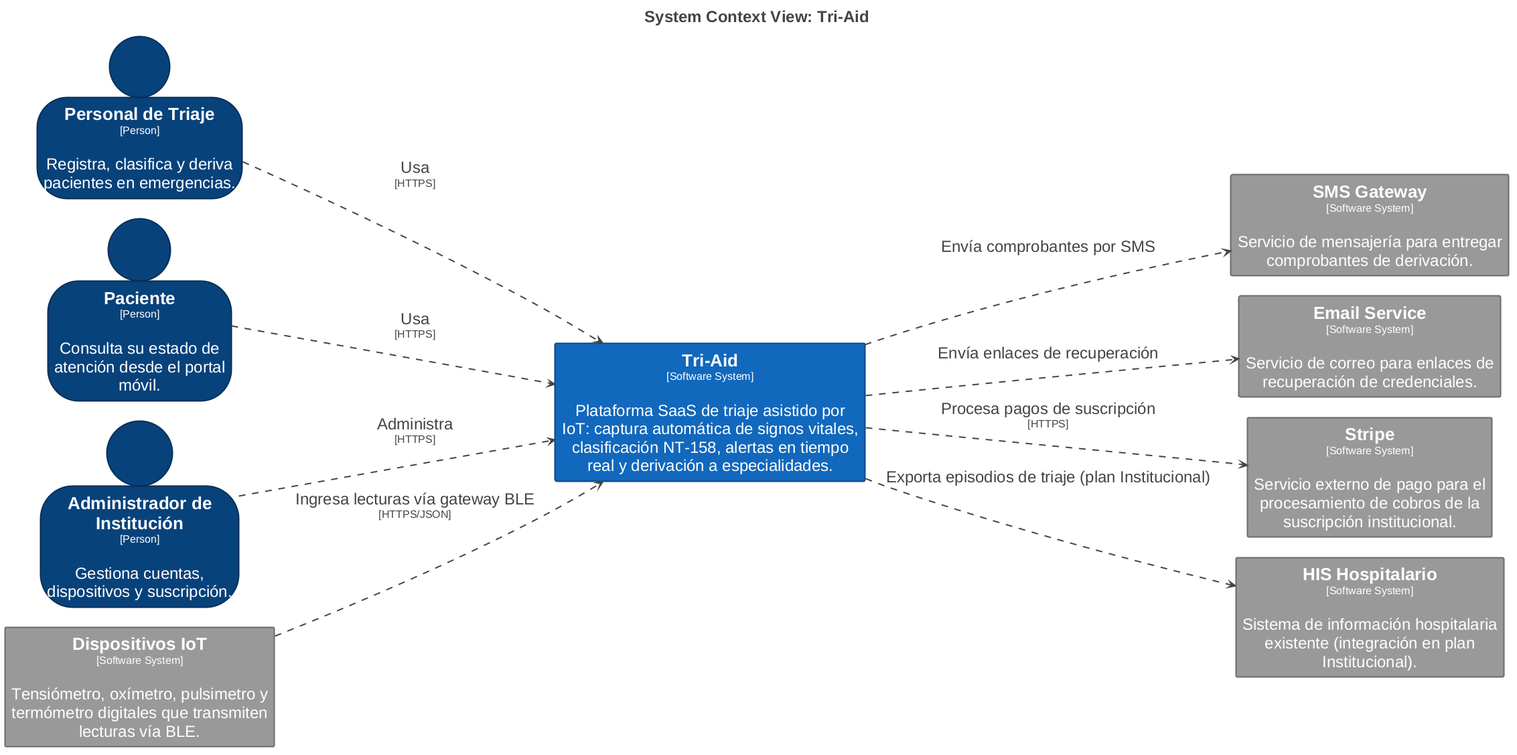
Earlier version of the PlantUML export report/assets/c4_diagrams/Diagrama_Contexto_TriAid.png (upc-pre-1ASI0730-2620-8155-SoliDevs/project-report). Source of this version:
```plantuml
@startuml
title <size:24>System Context View: Tri-Aid</size>

set separator none
left to right direction
skinparam ranksep 60
skinparam nodesep 30
hide stereotype

<style>
  root {
    BackgroundColor: #ffffff;
    FontColor: #444444;
  }
  // Element,Person
  .Element-RWxlbWVudCxQZXJzb24= {
    BackgroundColor: #08427b;
    LineColor: #052e56;
    LineStyle: 0;
    LineThickness: 2;
    FontColor: #ffffff;
    FontSize: 24;
    HorizontalAlignment: center;
    Shadowing: 0;
    MaximumWidth: 300;
  }
  // Element,Software System
  .Element-RWxlbWVudCxTb2Z0d2FyZSBTeXN0ZW0= {
    BackgroundColor: #1168bd;
    LineColor: #0b4884;
    LineStyle: 0;
    LineThickness: 2;
    FontColor: #ffffff;
    FontSize: 24;
    HorizontalAlignment: center;
    Shadowing: 0;
    MaximumWidth: 450;
  }
  // Element,Software System,External System
  .Element-RWxlbWVudCxTb2Z0d2FyZSBTeXN0ZW0sRXh0ZXJuYWwgU3lzdGVt {
    BackgroundColor: #999999;
    LineColor: #6b6b6b;
    LineStyle: 0;
    LineThickness: 2;
    FontColor: #ffffff;
    FontSize: 24;
    HorizontalAlignment: center;
    Shadowing: 0;
    MaximumWidth: 450;
  }
  // Relationship
  .Relationship-UmVsYXRpb25zaGlw {
    LineThickness: 2;
    LineStyle: 10-10;
    LineColor: #444444;
    FontColor: #444444;
    FontSize: 24;
  }
</style>

person "==Personal de Triaje\n<size:16>[Person]</size>\n\nRegistra, clasifica y deriva pacientes en emergencias." <<Element-RWxlbWVudCxQZXJzb24=>> as PersonaldeTriaje
person "==Paciente\n<size:16>[Person]</size>\n\nConsulta su estado de atención desde el portal móvil." <<Element-RWxlbWVudCxQZXJzb24=>> as Paciente
person "==Administrador de Institución\n<size:16>[Person]</size>\n\nGestiona cuentas, dispositivos y suscripción." <<Element-RWxlbWVudCxQZXJzb24=>> as AdministradordeInstitución
rectangle "==Dispositivos IoT\n<size:16>[Software System]</size>\n\nTensiómetro, oxímetro, pulsimetro y termómetro digitales que transmiten lecturas vía BLE." <<Element-RWxlbWVudCxTb2Z0d2FyZSBTeXN0ZW0sRXh0ZXJuYWwgU3lzdGVt>> as DispositivosIoT
rectangle "==SMS Gateway\n<size:16>[Software System]</size>\n\nServicio de mensajería para entregar comprobantes de derivación." <<Element-RWxlbWVudCxTb2Z0d2FyZSBTeXN0ZW0sRXh0ZXJuYWwgU3lzdGVt>> as SMSGateway
rectangle "==Email Service\n<size:16>[Software System]</size>\n\nServicio de correo para enlaces de recuperación de credenciales." <<Element-RWxlbWVudCxTb2Z0d2FyZSBTeXN0ZW0sRXh0ZXJuYWwgU3lzdGVt>> as EmailService
rectangle "==Stripe\n<size:16>[Software System]</size>\n\nServicio externo de pago para el procesamiento de cobros de la suscripción institucional." <<Element-RWxlbWVudCxTb2Z0d2FyZSBTeXN0ZW0sRXh0ZXJuYWwgU3lzdGVt>> as Stripe
rectangle "==HIS Hospitalario\n<size:16>[Software System]</size>\n\nSistema de información hospitalaria existente (integración en plan Institucional)." <<Element-RWxlbWVudCxTb2Z0d2FyZSBTeXN0ZW0sRXh0ZXJuYWwgU3lzdGVt>> as HISHospitalario
rectangle "==Tri-Aid\n<size:16>[Software System]</size>\n\nPlataforma SaaS de triaje asistido por IoT: captura automática de signos vitales, clasificación NT-158, alertas en tiempo real y derivación a especialidades." <<Element-RWxlbWVudCxTb2Z0d2FyZSBTeXN0ZW0=>> as TriAid

PersonaldeTriaje --> TriAid <<Relationship-UmVsYXRpb25zaGlw>> : "Usa\n<size:16>[HTTPS]</size>"
Paciente --> TriAid <<Relationship-UmVsYXRpb25zaGlw>> : "Usa\n<size:16>[HTTPS]</size>"
AdministradordeInstitución --> TriAid <<Relationship-UmVsYXRpb25zaGlw>> : "Administra\n<size:16>[HTTPS]</size>"
DispositivosIoT --> TriAid <<Relationship-UmVsYXRpb25zaGlw>> : "Ingresa lecturas vía gateway BLE\n<size:16>[HTTPS/JSON]</size>"
TriAid --> SMSGateway <<Relationship-UmVsYXRpb25zaGlw>> : "Envía comprobantes por SMS"
TriAid --> EmailService <<Relationship-UmVsYXRpb25zaGlw>> : "Envía enlaces de recuperación"
TriAid --> HISHospitalario <<Relationship-UmVsYXRpb25zaGlw>> : "Exporta episodios de triaje (plan Institucional)"
TriAid --> Stripe <<Relationship-UmVsYXRpb25zaGlw>> : "Procesa pagos de suscripción\n<size:16>[HTTPS]</size>"

@enduml
```
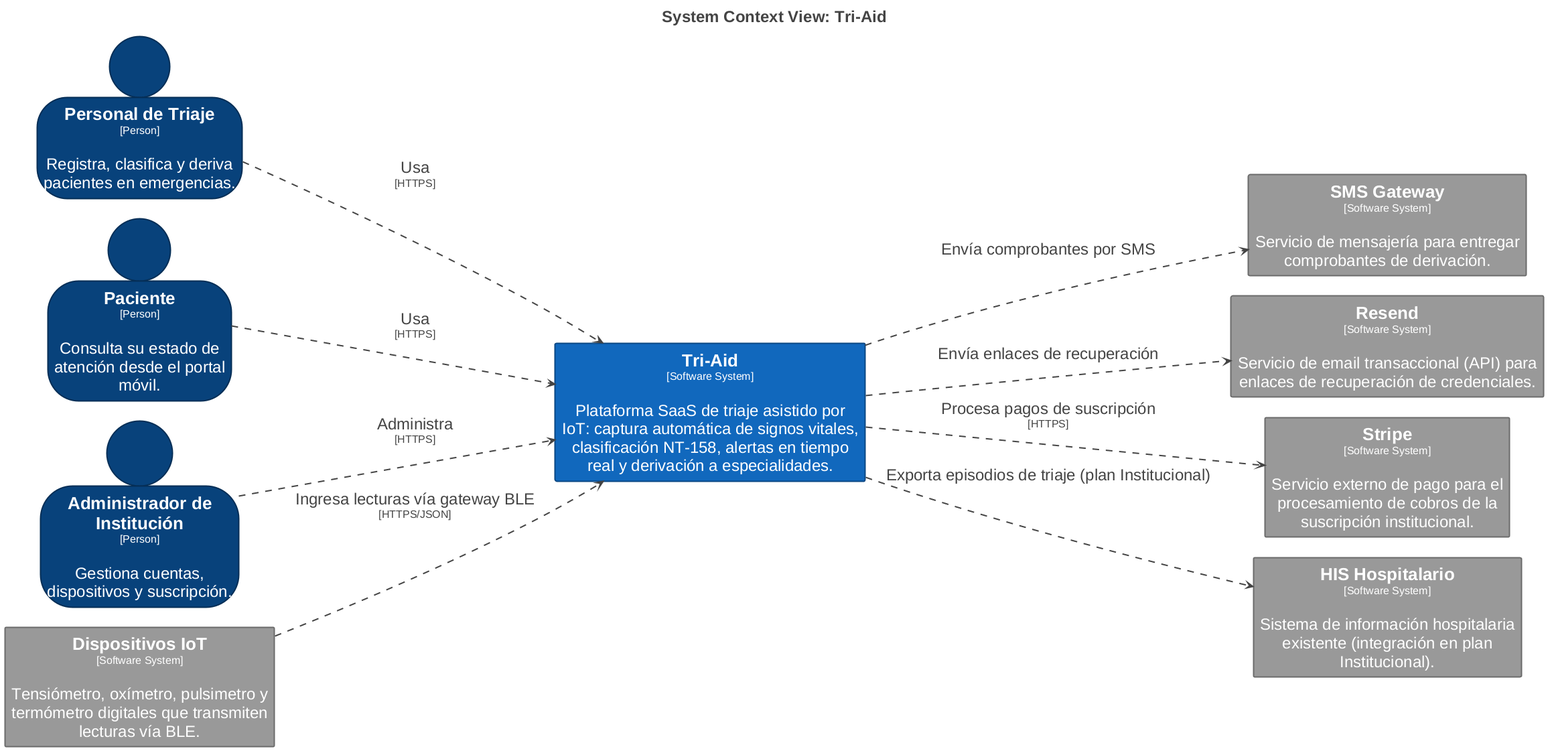
After the change.

Commit message:
feat(c4): replace generic Email Service with Resend as transactional email provider

The edit, as a diff of the source:
```diff
@@ -63,7 +63,7 @@
 person "==Administrador de Institución\n<size:16>[Person]</size>\n\nGestiona cuentas, dispositivos y suscripción." <<Element-RWxlbWVudCxQZXJzb24=>> as AdministradordeInstitución
 rectangle "==Dispositivos IoT\n<size:16>[Software System]</size>\n\nTensiómetro, oxímetro, pulsimetro y termómetro digitales que transmiten lecturas vía BLE." <<Element-RWxlbWVudCxTb2Z0d2FyZSBTeXN0ZW0sRXh0ZXJuYWwgU3lzdGVt>> as DispositivosIoT
 rectangle "==SMS Gateway\n<size:16>[Software System]</size>\n\nServicio de mensajería para entregar comprobantes de derivación." <<Element-RWxlbWVudCxTb2Z0d2FyZSBTeXN0ZW0sRXh0ZXJuYWwgU3lzdGVt>> as SMSGateway
-rectangle "==Email Service\n<size:16>[Software System]</size>\n\nServicio de correo para enlaces de recuperación de credenciales." <<Element-RWxlbWVudCxTb2Z0d2FyZSBTeXN0ZW0sRXh0ZXJuYWwgU3lzdGVt>> as EmailService
+rectangle "==Resend\n<size:16>[Software System]</size>\n\nServicio de email transaccional (API) para enlaces de recuperación de credenciales." <<Element-RWxlbWVudCxTb2Z0d2FyZSBTeXN0ZW0sRXh0ZXJuYWwgU3lzdGVt>> as Resend
 rectangle "==Stripe\n<size:16>[Software System]</size>\n\nServicio externo de pago para el procesamiento de cobros de la suscripción institucional." <<Element-RWxlbWVudCxTb2Z0d2FyZSBTeXN0ZW0sRXh0ZXJuYWwgU3lzdGVt>> as Stripe
 rectangle "==HIS Hospitalario\n<size:16>[Software System]</size>\n\nSistema de información hospitalaria existente (integración en plan Institucional)." <<Element-RWxlbWVudCxTb2Z0d2FyZSBTeXN0ZW0sRXh0ZXJuYWwgU3lzdGVt>> as HISHospitalario
 rectangle "==Tri-Aid\n<size:16>[Software System]</size>\n\nPlataforma SaaS de triaje asistido por IoT: captura automática de signos vitales, clasificación NT-158, alertas en tiempo real y derivación a especialidades." <<Element-RWxlbWVudCxTb2Z0d2FyZSBTeXN0ZW0=>> as TriAid
@@ -73,7 +73,7 @@
 AdministradordeInstitución --> TriAid <<Relationship-UmVsYXRpb25zaGlw>> : "Administra\n<size:16>[HTTPS]</size>"
 DispositivosIoT --> TriAid <<Relationship-UmVsYXRpb25zaGlw>> : "Ingresa lecturas vía gateway BLE\n<size:16>[HTTPS/JSON]</size>"
 TriAid --> SMSGateway <<Relationship-UmVsYXRpb25zaGlw>> : "Envía comprobantes por SMS"
-TriAid --> EmailService <<Relationship-UmVsYXRpb25zaGlw>> : "Envía enlaces de recuperación"
+TriAid --> Resend <<Relationship-UmVsYXRpb25zaGlw>> : "Envía enlaces de recuperación"
 TriAid --> HISHospitalario <<Relationship-UmVsYXRpb25zaGlw>> : "Exporta episodios de triaje (plan Institucional)"
 TriAid --> Stripe <<Relationship-UmVsYXRpb25zaGlw>> : "Procesa pagos de suscripción\n<size:16>[HTTPS]</size>"
 
```
